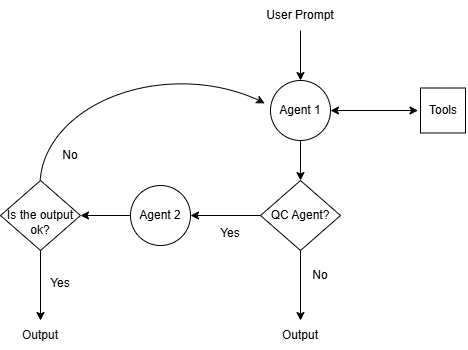
CarlosGomes00/crazy_jarvis keeps this draw.io diagram as images/agent_pipeline.png. Above is the earlier version. Source tidied: cells renumbered, new cells last; positions are measured from the earlier drawing's top-left corner, leaving out a move shared by most shapes. Source of this version:
```xml
<mxGraphModel background="#FFFFFF">
  <root>
    <mxCell id="0" />
    <mxCell id="1" parent="0" />
    <mxCell id="2" style="shape=mxgraph.basic.arc;html=1;startAngle=0.7579511256280882;endAngle=0.1;endArrow=classic;endFill=1;" parent="1" vertex="1">
      <mxGeometry x="36" y="80" width="290" height="210" as="geometry" />
    </mxCell>
    <mxCell id="3" style="ellipse;whiteSpace=wrap;html=1;" parent="1" vertex="1">
      <mxGeometry x="270" y="80" width="60" height="60" as="geometry" />
    </mxCell>
    <mxCell id="4" value="User Prompt" style="text;html=1;whiteSpace=wrap;strokeColor=none;fillColor=none;align=center;verticalAlign=middle;rounded=0;" parent="1" vertex="1">
      <mxGeometry x="255" width="90" height="30" as="geometry" />
    </mxCell>
    <mxCell id="5" value="Agent 1" style="text;html=1;whiteSpace=wrap;strokeColor=none;fillColor=none;align=center;verticalAlign=middle;rounded=0;" parent="1" vertex="1">
      <mxGeometry x="270" y="95" width="60" height="30" as="geometry" />
    </mxCell>
    <mxCell id="6" style="whiteSpace=wrap;html=1;" parent="1" vertex="1">
      <mxGeometry x="420" y="87.5" width="45" height="45" as="geometry" />
    </mxCell>
    <mxCell id="7" value="Tools" style="text;html=1;whiteSpace=wrap;strokeColor=none;fillColor=none;align=center;verticalAlign=middle;rounded=0;" parent="1" vertex="1">
      <mxGeometry x="417.5" y="95" width="50" height="30" as="geometry" />
    </mxCell>
    <mxCell id="8" style="endArrow=classic;startArrow=classic;html=1;rounded=0;entryX=0;entryY=0.5;entryDx=0;entryDy=0;exitX=1;exitY=0.5;exitDx=0;exitDy=0;" parent="1" edge="1" source="3" target="7">
      <mxGeometry relative="1" as="geometry" />
    </mxCell>
    <mxCell id="9" style="endArrow=classic;html=1;rounded=0;entryX=0.5;entryY=0;entryDx=0;entryDy=0;" parent="1" edge="1" source="4" target="3">
      <mxGeometry relative="1" as="geometry" />
    </mxCell>
    <mxCell id="10" style="ellipse;whiteSpace=wrap;html=1;" parent="1" vertex="1">
      <mxGeometry x="130" y="185" width="60" height="60" as="geometry" />
    </mxCell>
    <mxCell id="11" style="endArrow=classic;html=1;rounded=0;entryX=0.5;entryY=0;entryDx=0;entryDy=0;exitX=0.5;exitY=1;exitDx=0;exitDy=0;" parent="1" edge="1" source="13">
      <mxGeometry relative="1" as="geometry">
        <mxPoint x="300" y="250" as="targetPoint" />
      </mxGeometry>
    </mxCell>
    <mxCell id="12" style="endArrow=classic;html=1;rounded=0;entryX=0.5;entryY=0;entryDx=0;entryDy=0;exitX=0.5;exitY=1;exitDx=0;exitDy=0;" parent="1" edge="1" source="3" target="13">
      <mxGeometry relative="1" as="geometry" />
    </mxCell>
    <mxCell id="13" value="QC Agent?" style="rhombus;whiteSpace=wrap;html=1;" parent="1" vertex="1">
      <mxGeometry x="260" y="180" width="80" height="70" as="geometry" />
    </mxCell>
    <mxCell id="14" style="endArrow=classic;html=1;rounded=0;exitX=0.5;exitY=1;exitDx=0;exitDy=0;entryX=0.5;entryY=0;entryDx=0;entryDy=0;" parent="1" edge="1" source="13" target="16">
      <mxGeometry relative="1" as="geometry" />
    </mxCell>
    <mxCell id="15" value="No" style="text;html=1;whiteSpace=wrap;strokeColor=none;fillColor=none;align=center;verticalAlign=middle;rounded=0;" parent="1" vertex="1">
      <mxGeometry x="300" y="260" width="40" height="30" as="geometry" />
    </mxCell>
    <mxCell id="16" value="Output" style="text;html=1;whiteSpace=wrap;strokeColor=none;fillColor=none;align=center;verticalAlign=middle;rounded=0;" parent="1" vertex="1">
      <mxGeometry x="270" y="320" width="60" height="30" as="geometry" />
    </mxCell>
    <mxCell id="17" value="Yes&lt;div&gt;&lt;br&gt;&lt;/div&gt;" style="text;html=1;whiteSpace=wrap;strokeColor=none;fillColor=none;align=center;verticalAlign=middle;rounded=0;" parent="1" vertex="1">
      <mxGeometry x="210" y="220" width="40" height="40" as="geometry" />
    </mxCell>
    <mxCell id="18" style="endArrow=classic;html=1;rounded=0;exitX=0;exitY=0.5;exitDx=0;exitDy=0;" parent="1" edge="1" source="13">
      <mxGeometry relative="1" as="geometry">
        <mxPoint x="190" y="215" as="targetPoint" />
      </mxGeometry>
    </mxCell>
    <mxCell id="19" value="Agent 2" style="text;html=1;whiteSpace=wrap;strokeColor=none;fillColor=none;align=center;verticalAlign=middle;rounded=0;" parent="1" vertex="1">
      <mxGeometry x="130" y="200" width="60" height="30" as="geometry" />
    </mxCell>
    <mxCell id="20" value="&lt;div&gt;&lt;br&gt;&lt;/div&gt;Is the output ok?" style="rhombus;whiteSpace=wrap;html=1;" parent="1" vertex="1">
      <mxGeometry y="180" width="80" height="70" as="geometry" />
    </mxCell>
    <mxCell id="21" style="endArrow=classic;html=1;rounded=0;exitX=0;exitY=0.5;exitDx=0;exitDy=0;entryX=1;entryY=0.5;entryDx=0;entryDy=0;" parent="1" edge="1" source="19" target="20">
      <mxGeometry relative="1" as="geometry" />
    </mxCell>
    <mxCell id="22" value="No" style="text;html=1;whiteSpace=wrap;strokeColor=none;fillColor=none;align=center;verticalAlign=middle;rounded=0;" parent="1" vertex="1">
      <mxGeometry x="50" y="140" width="40" height="30" as="geometry" />
    </mxCell>
    <mxCell id="23" value="Yes&lt;div&gt;&lt;br&gt;&lt;/div&gt;" style="text;html=1;whiteSpace=wrap;strokeColor=none;fillColor=none;align=center;verticalAlign=middle;rounded=0;" parent="1" vertex="1">
      <mxGeometry x="40" y="270" width="40" height="40" as="geometry" />
    </mxCell>
    <mxCell id="24" style="endArrow=classic;html=1;rounded=0;exitX=0.5;exitY=1;exitDx=0;exitDy=0;" parent="1" edge="1" source="20">
      <mxGeometry relative="1" as="geometry">
        <mxPoint x="40" y="320" as="targetPoint" />
      </mxGeometry>
    </mxCell>
    <mxCell id="25" value="Output" style="text;html=1;whiteSpace=wrap;strokeColor=none;fillColor=none;align=center;verticalAlign=middle;rounded=0;" parent="1" vertex="1">
      <mxGeometry x="10" y="320" width="60" height="30" as="geometry" />
    </mxCell>
  </root>
</mxGraphModel>
```
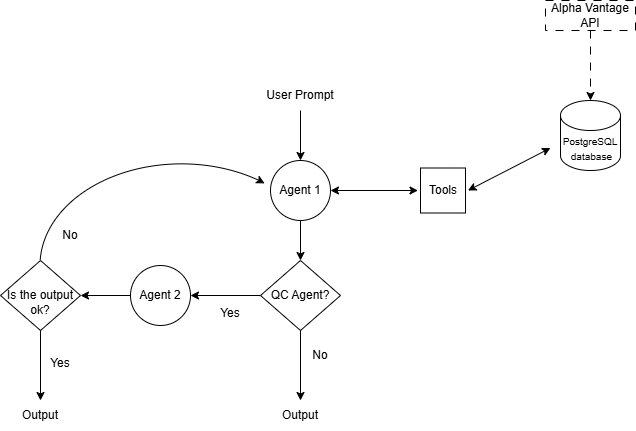
After the change.

Commit message:
{UPDATE] workflow squema update

What changed in the source:
```diff
@@ -80,5 +80,20 @@
     <mxCell id="25" value="Output" style="text;html=1;whiteSpace=wrap;strokeColor=none;fillColor=none;align=center;verticalAlign=middle;rounded=0;" parent="1" vertex="1">
       <mxGeometry x="10" y="320" width="60" height="30" as="geometry" />
     </mxCell>
+    <mxCell id="26" style="shape=cylinder3;whiteSpace=wrap;html=1;boundedLbl=1;backgroundOutline=1;size=15;" parent="1" vertex="1">
+      <mxGeometry x="560" y="20" width="60" height="70" as="geometry" />
+    </mxCell>
+    <mxCell id="27" value="&lt;font style=&quot;font-size: 10px;&quot;&gt;PostgreSQL&lt;/font&gt;&lt;div&gt;&lt;font style=&quot;font-size: 10px;&quot;&gt;&amp;nbsp;database&lt;/font&gt;&lt;/div&gt;" style="text;html=1;whiteSpace=wrap;strokeColor=none;fillColor=none;align=center;verticalAlign=middle;rounded=0;" parent="1" vertex="1">
+      <mxGeometry x="550" y="47.5" width="80" height="40" as="geometry" />
+    </mxCell>
+    <mxCell id="28" style="endArrow=classic;startArrow=classic;html=1;rounded=0;entryX=0;entryY=0.5;entryDx=0;entryDy=0;exitX=1;exitY=0.5;exitDx=0;exitDy=0;" parent="1" edge="1" source="7" target="27">
+      <mxGeometry relative="1" as="geometry" />
+    </mxCell>
+    <mxCell id="29" value="Alpha Vantage API" style="rounded=0;whiteSpace=wrap;html=1;dashed=1;dashPattern=8 8;" parent="1" vertex="1">
+      <mxGeometry x="545" y="-80" width="90" height="30" as="geometry" />
+    </mxCell>
+    <mxCell id="30" style="endArrow=classic;html=1;rounded=0;entryX=0.5;entryY=0;entryDx=0;entryDy=0;exitX=0.5;exitY=1;exitDx=0;exitDy=0;entryPerimeter=0;dashed=1;dashPattern=8 8;" parent="1" edge="1" source="29" target="26">
+      <mxGeometry relative="1" as="geometry" />
+    </mxCell>
   </root>
 </mxGraphModel>
```
